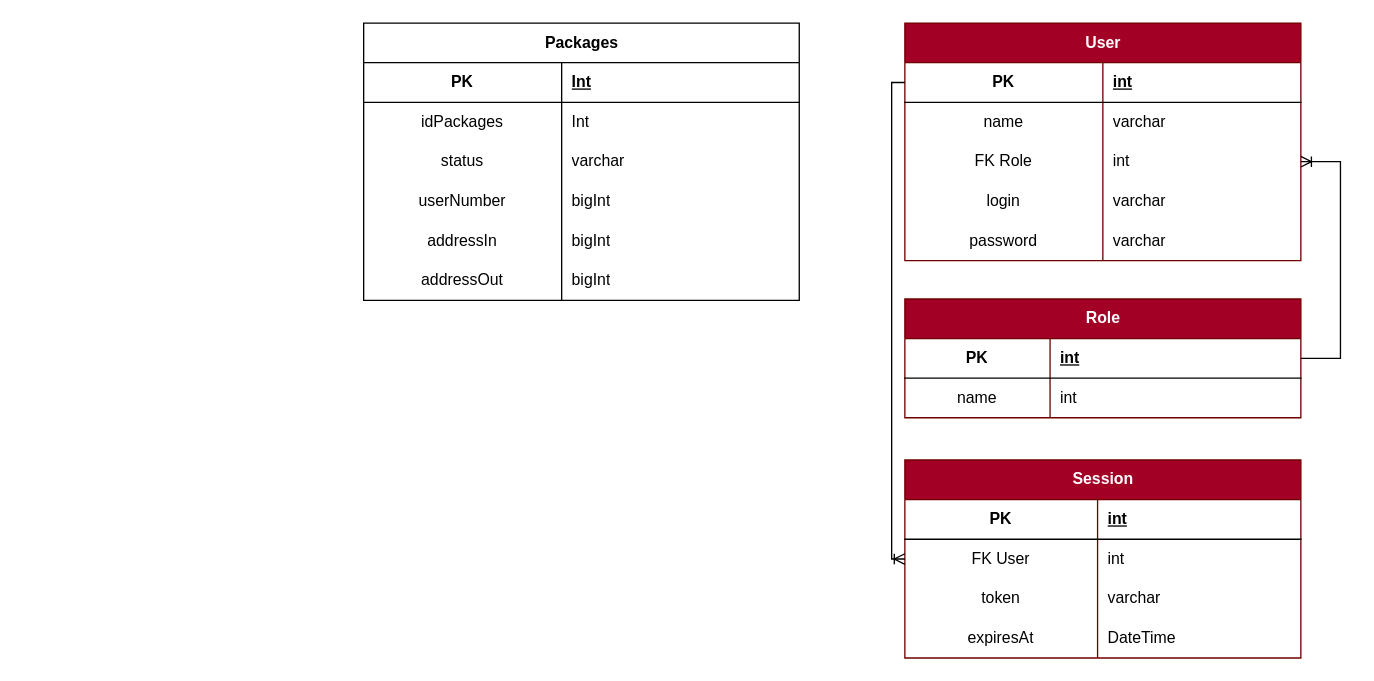
Earlier version of the draw.io diagram models end docs/er Model.drawio (DeFFeCT139/diplomProject). Source tidied: cells renumbered, new cells numbered last; positions are measured from the earlier drawing's top-left corner, leaving out a move shared by most shapes. Both pictures are drawn from the tidied source at 132%, with x=0, y=0 at pixel (363, 22).
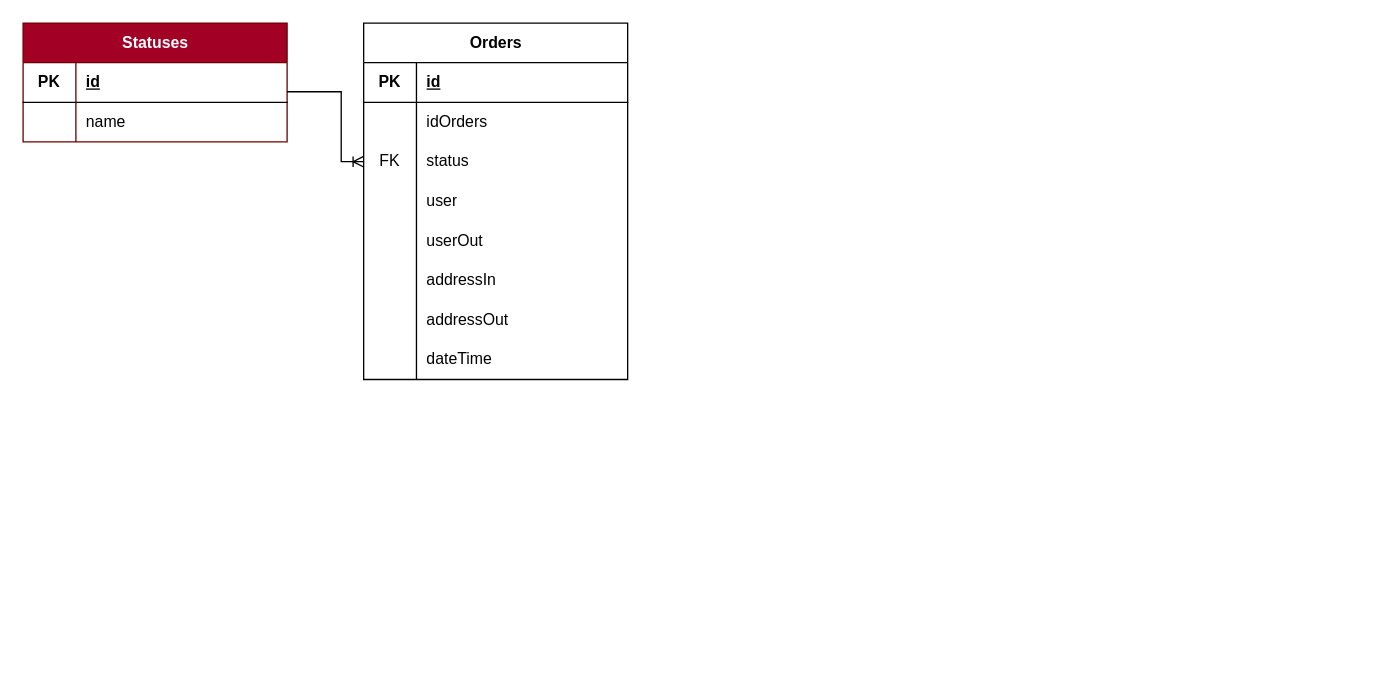
The same page after the edit.

The edit, as a diff of the source:
```diff
@@
-    <mxCell id="2" value="Packages" style="shape=table;startSize=30;childLayout=tableLayout;rowLines=0;fontStyle=1;align=center;html=1;" parent="1" vertex="1">
-      <mxGeometry width="330" height="210" as="geometry" />
+    <mxCell id="2" value="Оrders" style="shape=table;startSize=30;childLayout=tableLayout;rowLines=0;fontStyle=1;align=center;html=1;" parent="1" vertex="1">
+      <mxGeometry width="200" height="270" as="geometry" />
     </mxCell>
     <mxCell id="3" style="shape=tableRow;horizontal=0;startSize=0;swimlaneHead=0;swimlaneBody=0;fillColor=none;top=0;left=0;right=0;bottom=1;" parent="2" vertex="1">
-      <mxGeometry y="30" width="330" height="30" as="geometry" />
+      <mxGeometry y="30" width="200" height="30" as="geometry" />
     </mxCell>
     <mxCell id="4" value="PK" style="shape=partialRectangle;fillColor=none;top=0;left=0;bottom=0;right=0;fontStyle=1;overflow=hidden;whiteSpace=wrap;html=1;" parent="3" vertex="1">
-      <mxGeometry width="150" height="30" as="geometry" />
+      <mxGeometry width="40" height="30" as="geometry" />
     </mxCell>
-    <mxCell id="5" value="Int" style="shape=partialRectangle;fillColor=none;top=0;left=0;bottom=0;right=0;align=left;spacingLeft=6;fontStyle=5;overflow=hidden;whiteSpace=wrap;html=1;" parent="3" vertex="1">
-      <mxGeometry x="150" width="180" height="30" as="geometry" />
+    <mxCell id="5" value="id" style="shape=partialRectangle;fillColor=none;top=0;left=0;bottom=0;right=0;align=left;spacingLeft=6;fontStyle=5;overflow=hidden;whiteSpace=wrap;html=1;" parent="3" vertex="1">
+      <mxGeometry x="40" width="160" height="30" as="geometry" />
     </mxCell>
     <mxCell id="6" style="shape=tableRow;horizontal=0;startSize=0;swimlaneHead=0;swimlaneBody=0;fillColor=none;top=0;left=0;right=0;bottom=0;" parent="2" vertex="1">
-      <mxGeometry y="60" width="330" height="30" as="geometry" />
+      <mxGeometry y="60" width="200" height="30" as="geometry" />
     </mxCell>
-    <mxCell id="7" value="idPackages" style="shape=partialRectangle;fillColor=none;top=0;left=0;bottom=0;right=0;overflow=hidden;whiteSpace=wrap;html=1;" parent="6" vertex="1">
-      <mxGeometry width="150" height="30" as="geometry" />
+    <mxCell id="7" style="shape=partialRectangle;fillColor=none;top=0;left=0;bottom=0;right=0;overflow=hidden;whiteSpace=wrap;html=1;" parent="6" vertex="1">
+      <mxGeometry width="40" height="30" as="geometry" />
     </mxCell>
-    <mxCell id="8" value="Int" style="shape=partialRectangle;fillColor=none;top=0;left=0;bottom=0;right=0;align=left;spacingLeft=6;overflow=hidden;whiteSpace=wrap;html=1;" parent="6" vertex="1">
-      <mxGeometry x="150" width="180" height="30" as="geometry" />
+    <mxCell id="8" value="&lt;span style=&quot;text-align: center;&quot;&gt;idOrders&lt;/span&gt;" style="shape=partialRectangle;fillColor=none;top=0;left=0;bottom=0;right=0;align=left;spacingLeft=6;overflow=hidden;whiteSpace=wrap;html=1;" parent="6" vertex="1">
+      <mxGeometry x="40" width="160" height="30" as="geometry" />
     </mxCell>
     <mxCell id="9" style="shape=tableRow;horizontal=0;startSize=0;swimlaneHead=0;swimlaneBody=0;fillColor=none;points=[[0,0.5],[1,0.5]];portConstraint=eastwest;top=0;left=0;right=0;bottom=0;" parent="2" vertex="1">
-      <mxGeometry y="90" width="330" height="30" as="geometry" />
+      <mxGeometry y="90" width="200" height="30" as="geometry" />
     </mxCell>
-    <mxCell id="10" value="status" style="shape=partialRectangle;fillColor=none;top=0;left=0;bottom=0;right=0;overflow=hidden;whiteSpace=wrap;html=1;" parent="9" vertex="1">
-      <mxGeometry width="150" height="30" as="geometry" />
+    <mxCell id="10" value="FK" style="shape=partialRectangle;fillColor=none;top=0;left=0;bottom=0;right=0;overflow=hidden;whiteSpace=wrap;html=1;" parent="9" vertex="1">
+      <mxGeometry width="40" height="30" as="geometry" />
     </mxCell>
-    <mxCell id="11" value="varchar" style="shape=partialRectangle;fillColor=none;top=0;left=0;bottom=0;right=0;align=left;spacingLeft=6;overflow=hidden;whiteSpace=wrap;html=1;" parent="9" vertex="1">
-      <mxGeometry x="150" width="180" height="30" as="geometry" />
+    <mxCell id="11" value="status" style="shape=partialRectangle;fillColor=none;top=0;left=0;bottom=0;right=0;align=left;spacingLeft=6;overflow=hidden;whiteSpace=wrap;html=1;" parent="9" vertex="1">
+      <mxGeometry x="40" width="160" height="30" as="geometry" />
     </mxCell>
     <mxCell id="12" style="shape=tableRow;horizontal=0;startSize=0;swimlaneHead=0;swimlaneBody=0;fillColor=none;top=0;left=0;right=0;bottom=0;" parent="2" vertex="1">
-      <mxGeometry y="120" width="330" height="30" as="geometry" />
+      <mxGeometry y="120" width="200" height="30" as="geometry" />
     </mxCell>
-    <mxCell id="13" value="userNumber" style="shape=partialRectangle;fillColor=none;top=0;left=0;bottom=0;right=0;overflow=hidden;whiteSpace=wrap;html=1;" parent="12" vertex="1">
-      <mxGeometry width="150" height="30" as="geometry" />
+    <mxCell id="13" style="shape=partialRectangle;fillColor=none;top=0;left=0;bottom=0;right=0;overflow=hidden;whiteSpace=wrap;html=1;" parent="12" vertex="1">
+      <mxGeometry width="40" height="30" as="geometry" />
     </mxCell>
-    <mxCell id="14" value="bigInt" style="shape=partialRectangle;fillColor=none;top=0;left=0;bottom=0;right=0;align=left;spacingLeft=6;overflow=hidden;whiteSpace=wrap;html=1;" parent="12" vertex="1">
-      <mxGeometry x="150" width="180" height="30" as="geometry" />
+    <mxCell id="14" value="user" style="shape=partialRectangle;fillColor=none;top=0;left=0;bottom=0;right=0;align=left;spacingLeft=6;overflow=hidden;whiteSpace=wrap;html=1;" parent="12" vertex="1">
+      <mxGeometry x="40" width="160" height="30" as="geometry" />
     </mxCell>
     <mxCell id="15" style="shape=tableRow;horizontal=0;startSize=0;swimlaneHead=0;swimlaneBody=0;fillColor=none;top=0;left=0;right=0;bottom=0;" parent="2" vertex="1">
-      <mxGeometry y="150" width="330" height="30" as="geometry" />
+      <mxGeometry y="150" width="200" height="30" as="geometry" />
     </mxCell>
-    <mxCell id="16" value="addressIn" style="shape=partialRectangle;fillColor=none;top=0;left=0;bottom=0;right=0;overflow=hidden;whiteSpace=wrap;html=1;" parent="15" vertex="1">
-      <mxGeometry width="150" height="30" as="geometry" />
+    <mxCell id="16" style="shape=partialRectangle;fillColor=none;top=0;left=0;bottom=0;right=0;overflow=hidden;whiteSpace=wrap;html=1;" parent="15" vertex="1">
+      <mxGeometry width="40" height="30" as="geometry" />
     </mxCell>
-    <mxCell id="17" value="bigInt" style="shape=partialRectangle;fillColor=none;top=0;left=0;bottom=0;right=0;align=left;spacingLeft=6;overflow=hidden;whiteSpace=wrap;html=1;" parent="15" vertex="1">
-      <mxGeometry x="150" width="180" height="30" as="geometry" />
+    <mxCell id="17" value="userOut" style="shape=partialRectangle;fillColor=none;top=0;left=0;bottom=0;right=0;align=left;spacingLeft=6;overflow=hidden;whiteSpace=wrap;html=1;" parent="15" vertex="1">
+      <mxGeometry x="40" width="160" height="30" as="geometry" />
     </mxCell>
     <mxCell id="18" style="shape=tableRow;horizontal=0;startSize=0;swimlaneHead=0;swimlaneBody=0;fillColor=none;top=0;left=0;right=0;bottom=0;" parent="2" vertex="1">
-      <mxGeometry y="180" width="330" height="30" as="geometry" />
+      <mxGeometry y="180" width="200" height="30" as="geometry" />
     </mxCell>
-    <mxCell id="19" value="addressOut" style="shape=partialRectangle;fillColor=none;top=0;left=0;bottom=0;right=0;overflow=hidden;whiteSpace=wrap;html=1;" parent="18" vertex="1">
-      <mxGeometry width="150" height="30" as="geometry" />
+    <mxCell id="19" style="shape=partialRectangle;fillColor=none;top=0;left=0;bottom=0;right=0;overflow=hidden;whiteSpace=wrap;html=1;" parent="18" vertex="1">
+      <mxGeometry width="40" height="30" as="geometry" />
     </mxCell>
-    <mxCell id="20" value="bigInt" style="shape=partialRectangle;fillColor=none;top=0;left=0;bottom=0;right=0;align=left;spacingLeft=6;overflow=hidden;whiteSpace=wrap;html=1;" parent="18" vertex="1">
-      <mxGeometry x="150" width="180" height="30" as="geometry" />
+    <mxCell id="20" value="addressIn" style="shape=partialRectangle;fillColor=none;top=0;left=0;bottom=0;right=0;align=left;spacingLeft=6;overflow=hidden;whiteSpace=wrap;html=1;" parent="18" vertex="1">
+      <mxGeometry x="40" width="160" height="30" as="geometry" />
     </mxCell>
-    <mxCell id="21" value="Role" style="shape=table;startSize=30;childLayout=tableLayout;rowLines=0;fontStyle=1;align=center;html=1;fillColor=#a20025;fontColor=#ffffff;strokeColor=#6F0000;" parent="1" vertex="1">
-      <mxGeometry x="410" y="209" width="300" height="90" as="geometry" />
-    </mxCell>
-    <mxCell id="22" style="shape=tableRow;horizontal=0;startSize=0;swimlaneHead=0;swimlaneBody=0;fillColor=none;points=[[0,0.5],[1,0.5]];portConstraint=eastwest;top=0;left=0;right=0;bottom=1;" parent="21" vertex="1">
-      <mxGeometry y="30" width="300" height="30" as="geometry" />
-    </mxCell>
-    <mxCell id="23" value="PK" style="shape=partialRectangle;fillColor=none;top=0;left=0;bottom=0;right=0;fontStyle=1;overflow=hidden;whiteSpace=wrap;html=1;" parent="22" vertex="1">
-      <mxGeometry width="110" height="30" as="geometry" />
-    </mxCell>
-    <mxCell id="24" value="int" style="shape=partialRectangle;fillColor=none;top=0;left=0;bottom=0;right=0;align=left;spacingLeft=6;fontStyle=5;overflow=hidden;whiteSpace=wrap;html=1;" parent="22" vertex="1">
-      <mxGeometry x="110" width="190" height="30" as="geometry" />
-    </mxCell>
-    <mxCell id="25" style="shape=tableRow;horizontal=0;startSize=0;swimlaneHead=0;swimlaneBody=0;fillColor=none;top=0;left=0;right=0;bottom=0;" parent="21" vertex="1">
-      <mxGeometry y="60" width="300" height="30" as="geometry" />
-    </mxCell>
-    <mxCell id="26" value="name" style="shape=partialRectangle;fillColor=none;top=0;left=0;bottom=0;right=0;overflow=hidden;whiteSpace=wrap;html=1;" parent="25" vertex="1">
-      <mxGeometry width="110" height="30" as="geometry" />
-    </mxCell>
-    <mxCell id="27" value="int" style="shape=partialRectangle;fillColor=none;top=0;left=0;bottom=0;right=0;align=left;spacingLeft=6;overflow=hidden;whiteSpace=wrap;html=1;" parent="25" vertex="1">
-      <mxGeometry x="110" width="190" height="30" as="geometry" />
-    </mxCell>
-    <mxCell id="28" value="User" style="shape=table;startSize=30;childLayout=tableLayout;rowLines=0;fontStyle=1;align=center;html=1;fillColor=#a20025;fontColor=#ffffff;strokeColor=#6F0000;" parent="1" vertex="1">
-      <mxGeometry x="410" width="300" height="180" as="geometry" />
-    </mxCell>
-    <mxCell id="29" style="shape=tableRow;horizontal=0;startSize=0;swimlaneHead=0;swimlaneBody=0;fillColor=none;points=[[0,0.5],[1,0.5]];portConstraint=eastwest;top=0;left=0;right=0;bottom=1;" parent="28" vertex="1">
-      <mxGeometry y="30" width="300" height="30" as="geometry" />
-    </mxCell>
-    <mxCell id="30" value="PK" style="shape=partialRectangle;fillColor=none;top=0;left=0;bottom=0;right=0;fontStyle=1;overflow=hidden;whiteSpace=wrap;html=1;" parent="29" vertex="1">
-      <mxGeometry width="150" height="30" as="geometry" />
-    </mxCell>
-    <mxCell id="31" value="int" style="shape=partialRectangle;fillColor=none;top=0;left=0;bottom=0;right=0;align=left;spacingLeft=6;fontStyle=5;overflow=hidden;whiteSpace=wrap;html=1;" parent="29" vertex="1">
-      <mxGeometry x="150" width="150" height="30" as="geometry" />
-    </mxCell>
-    <mxCell id="32" style="shape=tableRow;horizontal=0;startSize=0;swimlaneHead=0;swimlaneBody=0;fillColor=none;top=0;left=0;right=0;bottom=0;" parent="28" vertex="1">
-      <mxGeometry y="60" width="300" height="30" as="geometry" />
-    </mxCell>
-    <mxCell id="33" value="name" style="shape=partialRectangle;fillColor=none;top=0;left=0;bottom=0;right=0;overflow=hidden;whiteSpace=wrap;html=1;" parent="32" vertex="1">
-      <mxGeometry width="150" height="30" as="geometry" />
-    </mxCell>
-    <mxCell id="34" value="varchar" style="shape=partialRectangle;fillColor=none;top=0;left=0;bottom=0;right=0;align=left;spacingLeft=6;overflow=hidden;whiteSpace=wrap;html=1;" parent="32" vertex="1">
-      <mxGeometry x="150" width="150" height="30" as="geometry" />
-    </mxCell>
-    <mxCell id="35" style="shape=tableRow;horizontal=0;startSize=0;swimlaneHead=0;swimlaneBody=0;fillColor=none;points=[[0,0.5],[1,0.5]];portConstraint=eastwest;top=0;left=0;right=0;bottom=0;" parent="28" vertex="1">
-      <mxGeometry y="90" width="300" height="30" as="geometry" />
-    </mxCell>
-    <mxCell id="36" value="FK&amp;nbsp;&lt;span style=&quot;text-wrap-mode: nowrap;&quot;&gt;Role&lt;/span&gt;" style="shape=partialRectangle;fillColor=none;top=0;left=0;bottom=0;right=0;overflow=hidden;whiteSpace=wrap;html=1;" parent="35" vertex="1">
-      <mxGeometry width="150" height="30" as="geometry" />
-    </mxCell>
-    <mxCell id="37" value="int" style="shape=partialRectangle;fillColor=none;top=0;left=0;bottom=0;right=0;align=left;spacingLeft=6;overflow=hidden;whiteSpace=wrap;html=1;" parent="35" vertex="1">
-      <mxGeometry x="150" width="150" height="30" as="geometry" />
-    </mxCell>
-    <mxCell id="38" style="shape=tableRow;horizontal=0;startSize=0;swimlaneHead=0;swimlaneBody=0;fillColor=none;top=0;left=0;right=0;bottom=0;" parent="28" vertex="1">
-      <mxGeometry y="120" width="300" height="30" as="geometry" />
-    </mxCell>
-    <mxCell id="39" value="login" style="shape=partialRectangle;fillColor=none;top=0;left=0;bottom=0;right=0;overflow=hidden;whiteSpace=wrap;html=1;" parent="38" vertex="1">
-      <mxGeometry width="150" height="30" as="geometry" />
-    </mxCell>
-    <mxCell id="40" value="varchar" style="shape=partialRectangle;fillColor=none;top=0;left=0;bottom=0;right=0;align=left;spacingLeft=6;overflow=hidden;whiteSpace=wrap;html=1;" parent="38" vertex="1">
-      <mxGeometry x="150" width="150" height="30" as="geometry" />
-    </mxCell>
-    <mxCell id="41" style="shape=tableRow;horizontal=0;startSize=0;swimlaneHead=0;swimlaneBody=0;fillColor=none;top=0;left=0;right=0;bottom=0;" parent="28" vertex="1">
-      <mxGeometry y="150" width="300" height="30" as="geometry" />
-    </mxCell>
-    <mxCell id="42" value="password" style="shape=partialRectangle;fillColor=none;top=0;left=0;bottom=0;right=0;overflow=hidden;whiteSpace=wrap;html=1;" parent="41" vertex="1">
-      <mxGeometry width="150" height="30" as="geometry" />
-    </mxCell>
-    <mxCell id="43" value="varchar" style="shape=partialRectangle;fillColor=none;top=0;left=0;bottom=0;right=0;align=left;spacingLeft=6;overflow=hidden;whiteSpace=wrap;html=1;" parent="41" vertex="1">
-      <mxGeometry x="150" width="150" height="30" as="geometry" />
-    </mxCell>
-    <mxCell id="44" style="edgeStyle=entityRelationEdgeStyle;fontSize=12;html=1;endArrow=ERoneToMany;rounded=0;exitX=1;exitY=0.5;exitDx=0;exitDy=0;entryX=1;entryY=0.5;entryDx=0;entryDy=0;" parent="1" edge="1" source="22" target="35">
-      <mxGeometry relative="1" as="geometry">
-        <Array as="points">
-          <mxPoint x="760" y="209" />
-        </Array>
-      </mxGeometry>
-    </mxCell>
-    <mxCell id="45" value="Session" style="shape=table;startSize=30;childLayout=tableLayout;rowLines=0;fontStyle=1;align=center;html=1;fillColor=#a20025;fontColor=#ffffff;strokeColor=#6F0000;" parent="1" vertex="1">
-      <mxGeometry x="410" y="331" width="300" height="150" as="geometry" />
-    </mxCell>
-    <mxCell id="46" style="shape=tableRow;horizontal=0;startSize=0;swimlaneHead=0;swimlaneBody=0;fillColor=none;top=0;left=0;right=0;bottom=1;" parent="45" vertex="1">
-      <mxGeometry y="30" width="300" height="30" as="geometry" />
-    </mxCell>
-    <mxCell id="47" value="PK" style="shape=partialRectangle;fillColor=none;top=0;left=0;bottom=0;right=0;fontStyle=1;overflow=hidden;whiteSpace=wrap;html=1;" parent="46" vertex="1">
-      <mxGeometry width="146" height="30" as="geometry" />
-    </mxCell>
-    <mxCell id="48" value="int" style="shape=partialRectangle;fillColor=none;top=0;left=0;bottom=0;right=0;align=left;spacingLeft=6;fontStyle=5;overflow=hidden;whiteSpace=wrap;html=1;" parent="46" vertex="1">
-      <mxGeometry x="146" width="154" height="30" as="geometry" />
-    </mxCell>
-    <mxCell id="49" style="shape=tableRow;horizontal=0;startSize=0;swimlaneHead=0;swimlaneBody=0;fillColor=none;points=[[0,0.5],[1,0.5]];portConstraint=eastwest;top=0;left=0;right=0;bottom=0;" parent="45" vertex="1">
-      <mxGeometry y="60" width="300" height="30" as="geometry" />
-    </mxCell>
-    <mxCell id="50" value="FK User" style="shape=partialRectangle;fillColor=none;top=0;left=0;bottom=0;right=0;overflow=hidden;whiteSpace=wrap;html=1;" parent="49" vertex="1">
-      <mxGeometry width="146" height="30" as="geometry" />
-    </mxCell>
-    <mxCell id="51" value="int" style="shape=partialRectangle;fillColor=none;top=0;left=0;bottom=0;right=0;align=left;spacingLeft=6;overflow=hidden;whiteSpace=wrap;html=1;" parent="49" vertex="1">
-      <mxGeometry x="146" width="154" height="30" as="geometry" />
-    </mxCell>
-    <mxCell id="52" style="shape=tableRow;horizontal=0;startSize=0;swimlaneHead=0;swimlaneBody=0;fillColor=none;top=0;left=0;right=0;bottom=0;" parent="45" vertex="1">
-      <mxGeometry y="90" width="300" height="30" as="geometry" />
-    </mxCell>
-    <mxCell id="53" value="token" style="shape=partialRectangle;fillColor=none;top=0;left=0;bottom=0;right=0;overflow=hidden;whiteSpace=wrap;html=1;" parent="52" vertex="1">
-      <mxGeometry width="146" height="30" as="geometry" />
-    </mxCell>
-    <mxCell id="54" value="varchar" style="shape=partialRectangle;fillColor=none;top=0;left=0;bottom=0;right=0;align=left;spacingLeft=6;overflow=hidden;whiteSpace=wrap;html=1;" parent="52" vertex="1">
-      <mxGeometry x="146" width="154" height="30" as="geometry" />
-    </mxCell>
-    <mxCell id="55" style="shape=tableRow;horizontal=0;startSize=0;swimlaneHead=0;swimlaneBody=0;fillColor=none;top=0;left=0;right=0;bottom=0;" parent="45" vertex="1">
-      <mxGeometry y="120" width="300" height="30" as="geometry" />
-    </mxCell>
-    <mxCell id="56" value="expiresAt" style="shape=partialRectangle;fillColor=none;top=0;left=0;bottom=0;right=0;overflow=hidden;whiteSpace=wrap;html=1;" parent="55" vertex="1">
-      <mxGeometry width="146" height="30" as="geometry" />
-    </mxCell>
-    <mxCell id="57" value="DateTime" style="shape=partialRectangle;fillColor=none;top=0;left=0;bottom=0;right=0;align=left;spacingLeft=6;overflow=hidden;whiteSpace=wrap;html=1;" parent="55" vertex="1">
-      <mxGeometry x="146" width="154" height="30" as="geometry" />
-    </mxCell>
-    <mxCell id="58" style="edgeStyle=orthogonalEdgeStyle;fontSize=12;html=1;endArrow=ERoneToMany;rounded=0;exitX=0;exitY=0.5;exitDx=0;exitDy=0;entryX=0;entryY=0.5;entryDx=0;entryDy=0;" parent="1" edge="1" source="29" target="49">
-      <mxGeometry relative="1" as="geometry" />
-    </mxCell>
+    <mxCell id="59" style="shape=tableRow;horizontal=0;startSize=0;swimlaneHead=0;swimlaneBody=0;fillColor=none;top=0;left=0;right=0;bottom=0;" parent="2" vertex="1">
+      <mxGeometry y="210" width="200" height="30" as="geometry" />
+    </mxCell>
+    <mxCell id="60" style="shape=partialRectangle;fillColor=none;top=0;left=0;bottom=0;right=0;overflow=hidden;whiteSpace=wrap;html=1;" parent="59" vertex="1">
+      <mxGeometry width="40" height="30" as="geometry" />
+    </mxCell>
+    <mxCell id="61" value="addressOut" style="shape=partialRectangle;fillColor=none;top=0;left=0;bottom=0;right=0;align=left;spacingLeft=6;overflow=hidden;whiteSpace=wrap;html=1;" parent="59" vertex="1">
+      <mxGeometry x="40" width="160" height="30" as="geometry" />
+    </mxCell>
+    <mxCell id="62" style="shape=tableRow;horizontal=0;startSize=0;swimlaneHead=0;swimlaneBody=0;fillColor=none;top=0;left=0;right=0;bottom=0;" parent="2" vertex="1">
+      <mxGeometry y="240" width="200" height="30" as="geometry" />
+    </mxCell>
+    <mxCell id="63" style="shape=partialRectangle;fillColor=none;top=0;left=0;bottom=0;right=0;overflow=hidden;whiteSpace=wrap;html=1;" parent="62" vertex="1">
+      <mxGeometry width="40" height="30" as="geometry" />
+    </mxCell>
+    <mxCell id="64" value="dateTime" style="shape=partialRectangle;fillColor=none;top=0;left=0;bottom=0;right=0;align=left;spacingLeft=6;overflow=hidden;whiteSpace=wrap;html=1;" parent="62" vertex="1">
+      <mxGeometry x="40" width="160" height="30" as="geometry" />
+    </mxCell>
+    <mxCell id="65" value="Statuses" style="shape=table;startSize=30;childLayout=tableLayout;rowLines=0;fontStyle=1;align=center;html=1;fillColor=#a20025;fontColor=#ffffff;strokeColor=#6F0000;" parent="1" vertex="1">
+      <mxGeometry x="-258" width="200" height="90" as="geometry" />
+    </mxCell>
+    <mxCell id="66" style="shape=tableRow;horizontal=0;startSize=0;swimlaneHead=0;swimlaneBody=0;fillColor=none;points=[[0,0.5],[1,0.5]];portConstraint=eastwest;top=0;left=0;right=0;bottom=1;" parent="65" vertex="1">
+      <mxGeometry y="30" width="200" height="30" as="geometry" />
+    </mxCell>
+    <mxCell id="67" value="PK" style="shape=partialRectangle;fillColor=none;top=0;left=0;bottom=0;right=0;fontStyle=1;overflow=hidden;whiteSpace=wrap;html=1;" parent="66" vertex="1">
+      <mxGeometry width="40" height="30" as="geometry" />
+    </mxCell>
+    <mxCell id="68" value="id" style="shape=partialRectangle;fillColor=none;top=0;left=0;bottom=0;right=0;align=left;spacingLeft=6;fontStyle=5;overflow=hidden;whiteSpace=wrap;html=1;" parent="66" vertex="1">
+      <mxGeometry x="40" width="160" height="30" as="geometry" />
+    </mxCell>
+    <mxCell id="69" style="shape=tableRow;horizontal=0;startSize=0;swimlaneHead=0;swimlaneBody=0;fillColor=none;top=0;left=0;right=0;bottom=0;" parent="65" vertex="1">
+      <mxGeometry y="60" width="200" height="30" as="geometry" />
+    </mxCell>
+    <mxCell id="70" style="shape=partialRectangle;fillColor=none;top=0;left=0;bottom=0;right=0;overflow=hidden;whiteSpace=wrap;html=1;" parent="69" vertex="1">
+      <mxGeometry width="40" height="30" as="geometry" />
+    </mxCell>
+    <mxCell id="71" value="name" style="shape=partialRectangle;fillColor=none;top=0;left=0;bottom=0;right=0;align=left;spacingLeft=6;overflow=hidden;whiteSpace=wrap;html=1;" parent="69" vertex="1">
+      <mxGeometry x="40" width="160" height="30" as="geometry" />
+    </mxCell>
+    <mxCell id="72" style="edgeStyle=orthogonalEdgeStyle;fontSize=12;html=1;endArrow=ERoneToMany;rounded=0;exitX=1;exitY=0.733;exitDx=0;exitDy=0;exitPerimeter=0;entryX=0;entryY=0.5;entryDx=0;entryDy=0;" parent="1" edge="1" source="66" target="9">
+      <mxGeometry relative="1" as="geometry">
+        <Array as="points">
+          <mxPoint x="-17" y="52" />
+          <mxPoint x="-17" y="105" />
+        </Array>
+      </mxGeometry>
+    </mxCell>
```
